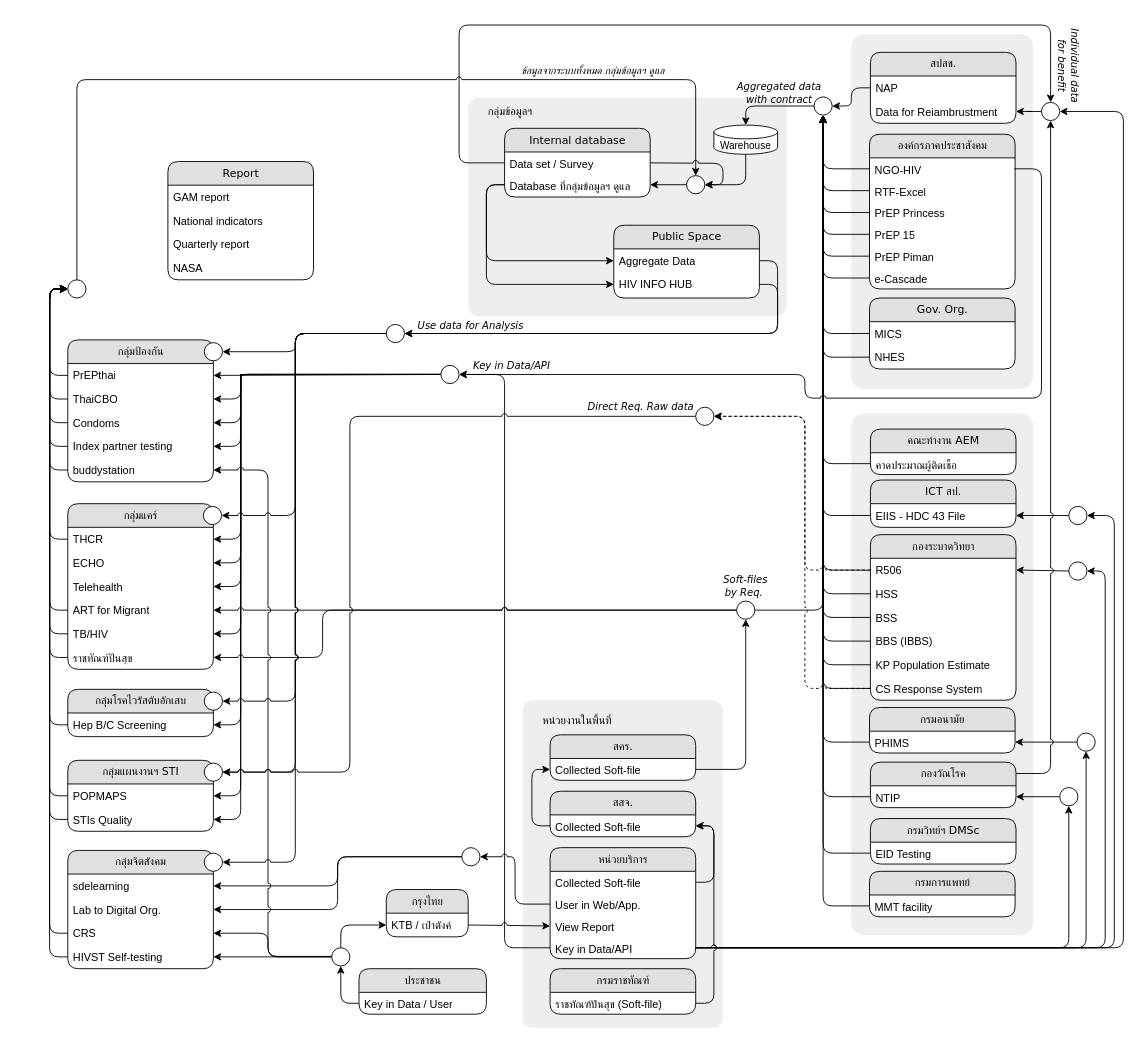
Before: page "Page-3" (2 of 3) of DataSourceOVW.drawio in anun311/regist, a draw.io diagram. Source tidied: cells renumbered, new cells numbered last; positions are measured from the earlier drawing's top-left corner, leaving out a move shared by most shapes. Both pictures are drawn from the tidied source at 91%, with x=0, y=0 at pixel (67, 25).
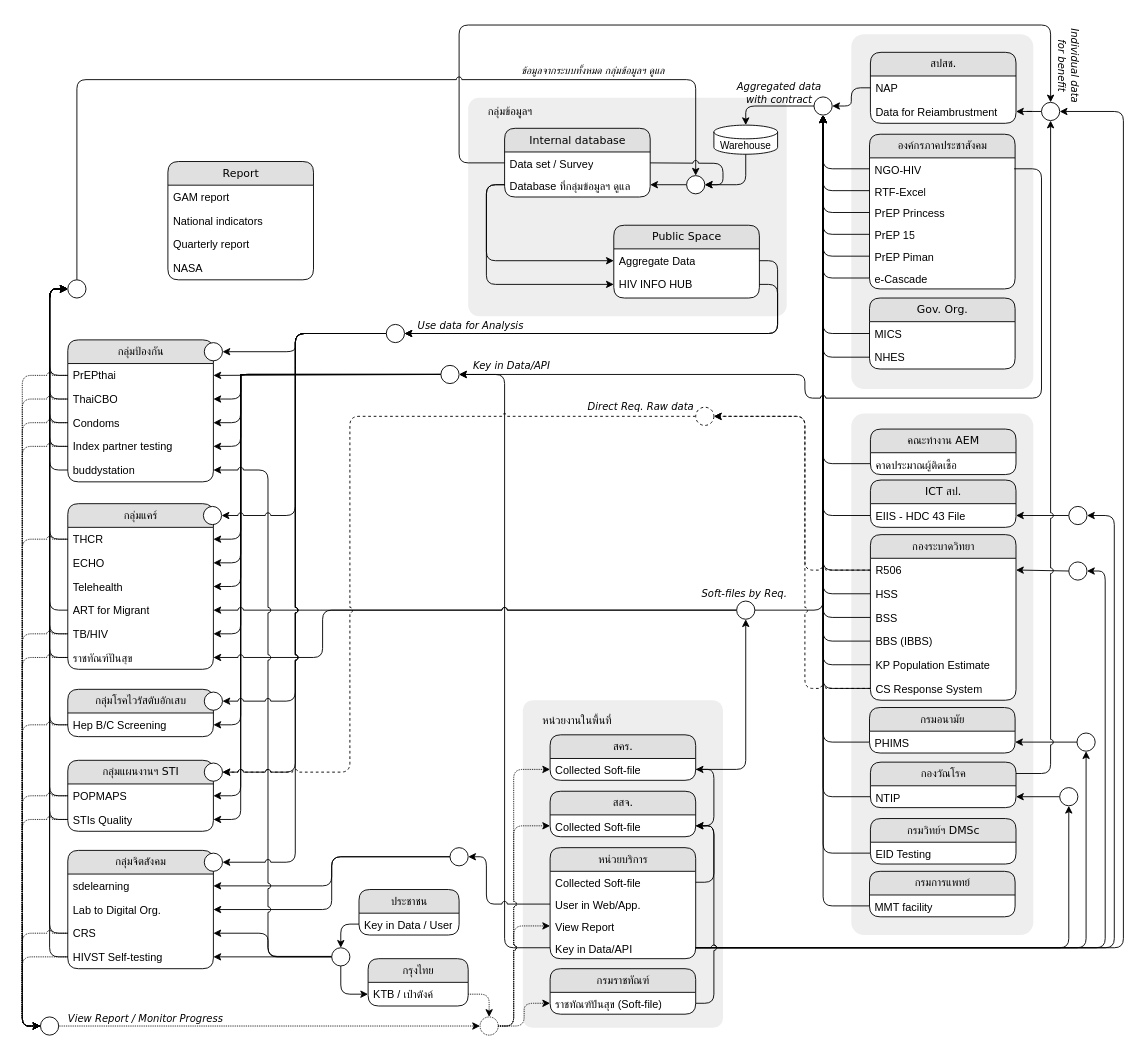
After the change.

Unchanged cells that the change refers to:
```xml
<mxCell id="37" value="User in Web/App." style="text;html=1;strokeColor=none;fillColor=none;spacingLeft=4;spacingRight=4;whiteSpace=wrap;overflow=hidden;points=[[0,0.5],[1,0.5]];portConstraint=eastwest;" parent="35" vertex="1">
  <mxGeometry y="50" width="160" height="24" as="geometry" />
</mxCell>
<mxCell id="38" value="View Report" style="text;html=1;strokeColor=none;fillColor=none;spacingLeft=4;spacingRight=4;whiteSpace=wrap;overflow=hidden;points=[[0,0.5],[1,0.5]];portConstraint=eastwest;" parent="35" vertex="1">
  <mxGeometry y="74" width="160" height="24" as="geometry" />
</mxCell>
<mxCell id="83" value="Collected Soft-file" style="text;html=1;strokeColor=none;fillColor=none;spacingLeft=4;spacingRight=4;whiteSpace=wrap;overflow=hidden;points=[[0,0.5],[1,0.5]];portConstraint=eastwest;" parent="82" vertex="1">
  <mxGeometry y="26" width="160" height="24" as="geometry" />
</mxCell>
<mxCell id="85" value="Collected Soft-file" style="text;html=1;strokeColor=none;fillColor=none;spacingLeft=4;spacingRight=4;whiteSpace=wrap;overflow=hidden;points=[[0,0.5],[1,0.5]];portConstraint=eastwest;" parent="84" vertex="1">
  <mxGeometry y="26" width="160" height="24" as="geometry" />
</mxCell>
<mxCell id="108" value="PrEPthai" style="text;html=1;strokeColor=none;fillColor=none;spacingLeft=4;spacingRight=4;whiteSpace=wrap;overflow=hidden;points=[[0,0.5],[1,0.5]];portConstraint=eastwest;" parent="107" vertex="1">
  <mxGeometry y="26" width="160" height="26" as="geometry" />
</mxCell>
<mxCell id="109" value="ThaiCBO" style="text;html=1;strokeColor=none;fillColor=none;spacingLeft=4;spacingRight=4;whiteSpace=wrap;overflow=hidden;points=[[0,0.5],[1,0.5]];portConstraint=eastwest;" parent="107" vertex="1">
  <mxGeometry y="52" width="160" height="26" as="geometry" />
</mxCell>
<mxCell id="110" value="Condoms" style="text;html=1;strokeColor=none;fillColor=none;spacingLeft=4;spacingRight=4;whiteSpace=wrap;overflow=hidden;points=[[0,0.5],[1,0.5]];portConstraint=eastwest;" parent="107" vertex="1">
  <mxGeometry y="78" width="160" height="26" as="geometry" />
</mxCell>
<mxCell id="111" value="Index partner testing" style="text;html=1;strokeColor=none;fillColor=none;spacingLeft=4;spacingRight=4;whiteSpace=wrap;overflow=hidden;points=[[0,0.5],[1,0.5]];portConstraint=eastwest;" parent="107" vertex="1">
  <mxGeometry y="104" width="160" height="26" as="geometry" />
</mxCell>
<mxCell id="114" value="THCR" style="text;html=1;strokeColor=none;fillColor=none;spacingLeft=4;spacingRight=4;whiteSpace=wrap;overflow=hidden;points=[[0,0.5],[1,0.5]];portConstraint=eastwest;" parent="113" vertex="1">
  <mxGeometry y="26" width="160" height="26" as="geometry" />
</mxCell>
<mxCell id="118" value="TB/HIV" style="text;html=1;strokeColor=none;fillColor=none;spacingLeft=4;spacingRight=4;whiteSpace=wrap;overflow=hidden;points=[[0,0.5],[1,0.5]];portConstraint=eastwest;" parent="113" vertex="1">
  <mxGeometry y="130" width="160" height="26" as="geometry" />
</mxCell>
<mxCell id="119" value="ราชทัณฑ์ปันสุข" style="text;html=1;strokeColor=none;fillColor=none;spacingLeft=4;spacingRight=4;whiteSpace=wrap;overflow=hidden;points=[[0,0.5],[1,0.5]];portConstraint=eastwest;" parent="113" vertex="1">
  <mxGeometry y="156" width="160" height="26" as="geometry" />
</mxCell>
<mxCell id="123" value="CRS" style="text;html=1;strokeColor=none;fillColor=none;spacingLeft=4;spacingRight=4;whiteSpace=wrap;overflow=hidden;points=[[0,0.5],[1,0.5]];portConstraint=eastwest;" parent="120" vertex="1">
  <mxGeometry y="78" width="160" height="26" as="geometry" />
</mxCell>
<mxCell id="124" value="HIVST Self-testing&amp;nbsp;" style="text;html=1;strokeColor=none;fillColor=none;spacingLeft=4;spacingRight=4;whiteSpace=wrap;overflow=hidden;points=[[0,0.5],[1,0.5]];portConstraint=eastwest;" parent="120" vertex="1">
  <mxGeometry y="104" width="160" height="26" as="geometry" />
</mxCell>
<mxCell id="126" value="Hep B/C Screening" style="text;html=1;strokeColor=none;fillColor=none;spacingLeft=4;spacingRight=4;whiteSpace=wrap;overflow=hidden;points=[[0,0.5],[1,0.5]];portConstraint=eastwest;" parent="125" vertex="1">
  <mxGeometry y="26" width="160" height="26" as="geometry" />
</mxCell>
<mxCell id="128" value="POPMAPS" style="text;html=1;strokeColor=none;fillColor=none;spacingLeft=4;spacingRight=4;whiteSpace=wrap;overflow=hidden;points=[[0,0.5],[1,0.5]];portConstraint=eastwest;" parent="127" vertex="1">
  <mxGeometry y="26" width="160" height="26" as="geometry" />
</mxCell>
<mxCell id="129" value="STIs Quality" style="text;html=1;strokeColor=none;fillColor=none;spacingLeft=4;spacingRight=4;whiteSpace=wrap;overflow=hidden;points=[[0,0.5],[1,0.5]];portConstraint=eastwest;" parent="127" vertex="1">
  <mxGeometry y="52" width="160" height="26" as="geometry" />
</mxCell>
<mxCell id="148" value="ราชทัณฑ์ปันสุข (Soft-file)" style="text;html=1;strokeColor=none;fillColor=none;spacingLeft=4;spacingRight=4;whiteSpace=wrap;overflow=hidden;points=[[0,0.5],[1,0.5]];portConstraint=eastwest;" parent="147" vertex="1">
  <mxGeometry y="26" width="160" height="24" as="geometry" />
</mxCell>
<mxCell id="158" style="ellipse;whiteSpace=wrap;html=1;fontFamily=Helvetica;fontSize=11;fontColor=default;" parent="1" vertex="1">
  <mxGeometry x="290" y="1014" width="20" height="20" as="geometry" />
</mxCell>
<mxCell id="199" style="ellipse;whiteSpace=wrap;html=1;fontFamily=Helvetica;fontSize=11;fontColor=default;" parent="1" vertex="1">
  <mxGeometry x="150" y="811" width="20" height="20" as="geometry" />
</mxCell>
```

The edit, as a diff of the source:
```diff
@@
-    <mxCell id="87" style="edgeStyle=orthogonalEdgeStyle;shape=connector;rounded=1;jumpStyle=arc;jettySize=auto;html=1;entryX=0;entryY=0.5;entryDx=0;entryDy=0;labelBackgroundColor=default;strokeColor=default;align=center;verticalAlign=middle;fontFamily=Helvetica;fontSize=11;fontColor=default;endArrow=classic;" parent="1" edge="1" source="85" target="83">
+    <mxCell id="87" style="edgeStyle=orthogonalEdgeStyle;shape=connector;rounded=1;jumpStyle=arc;jettySize=auto;html=1;labelBackgroundColor=default;strokeColor=default;align=center;verticalAlign=middle;fontFamily=Helvetica;fontSize=11;fontColor=default;endArrow=classic;exitX=1;exitY=0.5;exitDx=0;exitDy=0;entryX=1;entryY=0.5;entryDx=0;entryDy=0;" parent="1" edge="1" source="85" target="83">
       <mxGeometry relative="1" as="geometry" />
     </mxCell>
@@
-    <mxCell id="89" value="Soft-files&lt;br&gt;by Req.&amp;nbsp;" style="text;html=1;strokeColor=none;fillColor=none;align=center;verticalAlign=middle;whiteSpace=wrap;rounded=0;fontSize=11;fontFamily=Verdana;fontColor=default;fontStyle=2;" parent="1" vertex="1">
-      <mxGeometry x="710" y="602" width="70" height="30" as="geometry" />
-    </mxCell>
@@
     <mxCell id="133" style="ellipse;whiteSpace=wrap;html=1;fontFamily=Helvetica;fontSize=11;fontColor=default;" parent="1" vertex="1">
-      <mxGeometry x="433" y="904" width="20" height="20" as="geometry" />
+      <mxGeometry x="420" y="904" width="20" height="20" as="geometry" />
     </mxCell>
@@
     <mxCell id="153" style="edgeStyle=orthogonalEdgeStyle;shape=connector;rounded=1;jumpStyle=arc;jettySize=auto;html=1;labelBackgroundColor=default;strokeColor=default;align=center;verticalAlign=middle;fontFamily=Helvetica;fontSize=11;fontColor=default;endArrow=classic;entryX=1;entryY=0.5;entryDx=0;entryDy=0;" parent="1" edge="1" source="37" target="133">
-      <mxGeometry relative="1" as="geometry" />
+      <mxGeometry relative="1" as="geometry">
+        <Array as="points">
+          <mxPoint x="460" y="966" />
+          <mxPoint x="460" y="914" />
+        </Array>
+      </mxGeometry>
     </mxCell>
@@
-    <mxCell id="157" style="shape=connector;rounded=1;jumpStyle=arc;jettySize=auto;html=1;labelBackgroundColor=default;strokeColor=default;align=center;verticalAlign=middle;fontFamily=Helvetica;fontSize=11;fontColor=default;endArrow=classic;exitX=0.5;exitY=0;exitDx=0;exitDy=0;entryX=0;entryY=0.5;entryDx=0;entryDy=0;edgeStyle=orthogonalEdgeStyle;" parent="1" edge="1" source="158" target="163">
+    <mxCell id="157" style="shape=connector;rounded=1;jumpStyle=arc;jettySize=auto;html=1;labelBackgroundColor=default;strokeColor=default;align=center;verticalAlign=middle;fontFamily=Helvetica;fontSize=11;fontColor=default;endArrow=classic;edgeStyle=orthogonalEdgeStyle;exitX=0.5;exitY=1;exitDx=0;exitDy=0;entryX=0;entryY=0.5;entryDx=0;entryDy=0;" parent="1" edge="1" source="158" target="163">
       <mxGeometry relative="1" as="geometry" />
     </mxCell>
@@
     <mxCell id="159" value="ประชาชน" style="swimlane;html=1;fontStyle=0;horizontal=1;startSize=26;fillColor=#e0e0e0;swimlaneFillColor=#ffffff;align=center;rounded=1;shadow=0;comic=0;labelBackgroundColor=none;strokeWidth=1;fontFamily=Verdana;fontSize=12;" parent="1" vertex="1">
-      <mxGeometry x="320" y="1037" width="140" height="50" as="geometry" />
+      <mxGeometry x="320" y="950" width="110" height="50" as="geometry" />
     </mxCell>
     <mxCell id="160" value="Key in Data / User" style="text;html=1;strokeColor=none;fillColor=none;spacingLeft=4;spacingRight=4;whiteSpace=wrap;overflow=hidden;points=[[0,0.5],[1,0.5]];portConstraint=eastwest;" parent="159" vertex="1">
-      <mxGeometry y="26" width="140" height="24" as="geometry" />
+      <mxGeometry y="26" width="110" height="24" as="geometry" />
     </mxCell>
-    <mxCell id="161" style="edgeStyle=orthogonalEdgeStyle;shape=connector;rounded=1;jumpStyle=arc;jettySize=auto;html=1;entryX=0.5;entryY=1;entryDx=0;entryDy=0;labelBackgroundColor=default;strokeColor=default;align=center;verticalAlign=middle;fontFamily=Helvetica;fontSize=11;fontColor=default;endArrow=classic;" parent="1" edge="1" source="160" target="158">
+    <mxCell id="161" style="edgeStyle=orthogonalEdgeStyle;shape=connector;rounded=1;jumpStyle=arc;jettySize=auto;html=1;entryX=0.5;entryY=0;entryDx=0;entryDy=0;labelBackgroundColor=default;strokeColor=default;align=center;verticalAlign=middle;fontFamily=Helvetica;fontSize=11;fontColor=default;endArrow=classic;" parent="1" edge="1" source="160" target="158">
       <mxGeometry relative="1" as="geometry" />
     </mxCell>
     <mxCell id="162" value="กรุงไทย" style="swimlane;html=1;fontStyle=0;horizontal=1;startSize=26;fillColor=#e0e0e0;swimlaneFillColor=#ffffff;align=center;rounded=1;shadow=0;comic=0;labelBackgroundColor=none;strokeWidth=1;fontFamily=Verdana;fontSize=12;" parent="1" vertex="1">
-      <mxGeometry x="350" y="950" width="90" height="52" as="geometry" />
+      <mxGeometry x="330" y="1026" width="110" height="52" as="geometry" />
     </mxCell>
     <mxCell id="163" value="KTB / เป๋าตังค์" style="text;html=1;strokeColor=none;fillColor=none;spacingLeft=4;spacingRight=4;whiteSpace=wrap;overflow=hidden;points=[[0,0.5],[1,0.5]];portConstraint=eastwest;" parent="162" vertex="1">
-      <mxGeometry y="26" width="90" height="26" as="geometry" />
+      <mxGeometry y="26" width="110" height="26" as="geometry" />
     </mxCell>
-    <mxCell id="164" style="edgeStyle=orthogonalEdgeStyle;shape=connector;rounded=1;jumpStyle=arc;jettySize=auto;html=1;exitX=1;exitY=0.5;exitDx=0;exitDy=0;entryX=0;entryY=0.5;entryDx=0;entryDy=0;labelBackgroundColor=default;strokeColor=default;align=center;verticalAlign=middle;fontFamily=Helvetica;fontSize=11;fontColor=default;endArrow=classic;" parent="1" edge="1" source="163" target="38">
-      <mxGeometry relative="1" as="geometry" />
-    </mxCell>
@@
-    <mxCell id="203" style="edgeStyle=orthogonalEdgeStyle;shape=connector;rounded=1;jumpStyle=arc;jettySize=auto;html=1;entryX=1;entryY=0.5;entryDx=0;entryDy=0;labelBackgroundColor=default;strokeColor=default;align=center;verticalAlign=middle;fontFamily=Helvetica;fontSize=11;fontColor=default;endArrow=classic;" parent="1" edge="1" source="204" target="199">
+    <mxCell id="203" style="edgeStyle=orthogonalEdgeStyle;shape=connector;rounded=1;jumpStyle=arc;jettySize=auto;html=1;entryX=1;entryY=0.5;entryDx=0;entryDy=0;labelBackgroundColor=default;strokeColor=default;align=center;verticalAlign=middle;fontFamily=Helvetica;fontSize=11;fontColor=default;endArrow=classic;dashed=1;" parent="1" edge="1" source="204" target="199">
       <mxGeometry relative="1" as="geometry">
         <Array as="points">
           <mxPoint x="310" y="430" />
           <mxPoint x="310" y="821" />
         </Array>
       </mxGeometry>
     </mxCell>
-    <mxCell id="204" style="ellipse;whiteSpace=wrap;html=1;fontFamily=Helvetica;fontSize=11;fontColor=default;" parent="1" vertex="1">
+    <mxCell id="204" style="ellipse;whiteSpace=wrap;html=1;fontFamily=Helvetica;fontSize=11;fontColor=default;dashed=1;" parent="1" vertex="1">
       <mxGeometry x="690" y="420" width="20" height="20" as="geometry" />
     </mxCell>
@@
+    <mxCell id="209" style="edgeStyle=orthogonalEdgeStyle;shape=connector;rounded=1;jumpStyle=arc;jettySize=auto;html=1;entryX=0;entryY=0.5;entryDx=0;entryDy=0;dashed=1;dashPattern=1 1;labelBackgroundColor=default;strokeColor=default;align=center;verticalAlign=middle;fontFamily=Helvetica;fontSize=11;fontColor=default;endArrow=classic;" parent="1" edge="1" source="210" target="216">
+      <mxGeometry relative="1" as="geometry" />
+    </mxCell>
+    <mxCell id="210" style="ellipse;whiteSpace=wrap;html=1;fontFamily=Helvetica;fontSize=11;fontColor=default;" parent="1" vertex="1">
+      <mxGeometry x="-30" y="1090" width="20" height="20" as="geometry" />
+    </mxCell>
+    <mxCell id="211" value="View Report / Monitor Progress&amp;nbsp;" style="text;html=1;strokeColor=none;fillColor=none;align=center;verticalAlign=middle;whiteSpace=wrap;rounded=0;fontSize=11;fontFamily=Verdana;fontColor=default;fontStyle=2;" parent="1" vertex="1">
+      <mxGeometry x="-10" y="1077" width="195" height="30" as="geometry" />
+    </mxCell>
+    <mxCell id="212" style="edgeStyle=orthogonalEdgeStyle;shape=connector;rounded=1;jumpStyle=arc;jettySize=auto;html=1;exitX=1;exitY=0.5;exitDx=0;exitDy=0;entryX=0;entryY=0.5;entryDx=0;entryDy=0;dashed=1;dashPattern=1 1;labelBackgroundColor=default;strokeColor=default;align=center;verticalAlign=middle;fontFamily=Helvetica;fontSize=11;fontColor=default;endArrow=classic;" parent="1" edge="1" source="216" target="148">
+      <mxGeometry relative="1" as="geometry" />
+    </mxCell>
+    <mxCell id="213" style="edgeStyle=orthogonalEdgeStyle;shape=connector;rounded=1;jumpStyle=arc;jettySize=auto;html=1;entryX=0;entryY=0.5;entryDx=0;entryDy=0;dashed=1;dashPattern=1 1;labelBackgroundColor=default;strokeColor=default;align=center;verticalAlign=middle;fontFamily=Helvetica;fontSize=11;fontColor=default;endArrow=classic;" parent="1" edge="1" source="216" target="38">
+      <mxGeometry relative="1" as="geometry">
+        <Array as="points">
+          <mxPoint x="490" y="1100" />
+          <mxPoint x="490" y="990" />
+        </Array>
+      </mxGeometry>
+    </mxCell>
+    <mxCell id="214" style="edgeStyle=orthogonalEdgeStyle;shape=connector;rounded=1;jumpStyle=arc;jettySize=auto;html=1;entryX=0;entryY=0.5;entryDx=0;entryDy=0;dashed=1;dashPattern=1 1;labelBackgroundColor=default;strokeColor=default;align=center;verticalAlign=middle;fontFamily=Helvetica;fontSize=11;fontColor=default;endArrow=classic;" parent="1" edge="1" source="216" target="85">
+      <mxGeometry relative="1" as="geometry">
+        <Array as="points">
+          <mxPoint x="490" y="1100" />
+          <mxPoint x="490" y="880" />
+        </Array>
+      </mxGeometry>
+    </mxCell>
+    <mxCell id="215" style="edgeStyle=orthogonalEdgeStyle;shape=connector;rounded=1;jumpStyle=arc;jettySize=auto;html=1;entryX=0;entryY=0.5;entryDx=0;entryDy=0;dashed=1;dashPattern=1 1;labelBackgroundColor=default;strokeColor=default;align=center;verticalAlign=middle;fontFamily=Helvetica;fontSize=11;fontColor=default;endArrow=classic;" parent="1" edge="1" source="216" target="83">
+      <mxGeometry relative="1" as="geometry">
+        <Array as="points">
+          <mxPoint x="490" y="1100" />
+          <mxPoint x="490" y="818" />
+        </Array>
+      </mxGeometry>
+    </mxCell>
+    <mxCell id="216" style="ellipse;whiteSpace=wrap;html=1;fontFamily=Helvetica;fontSize=11;fontColor=default;dashed=1;dashPattern=1 1;" parent="1" vertex="1">
+      <mxGeometry x="453" y="1090" width="20" height="20" as="geometry" />
+    </mxCell>
+    <mxCell id="217" style="edgeStyle=orthogonalEdgeStyle;shape=connector;rounded=1;jumpStyle=arc;jettySize=auto;html=1;entryX=0;entryY=0.5;entryDx=0;entryDy=0;labelBackgroundColor=default;strokeColor=default;align=center;verticalAlign=middle;fontFamily=Helvetica;fontSize=11;fontColor=default;endArrow=classic;dashed=1;dashPattern=1 1;" parent="1" edge="1" source="108" target="210">
+      <mxGeometry relative="1" as="geometry" />
+    </mxCell>
+    <mxCell id="218" style="edgeStyle=orthogonalEdgeStyle;shape=connector;rounded=1;jumpStyle=arc;jettySize=auto;html=1;entryX=0;entryY=0.5;entryDx=0;entryDy=0;dashed=1;dashPattern=1 1;labelBackgroundColor=default;strokeColor=default;align=center;verticalAlign=middle;fontFamily=Helvetica;fontSize=11;fontColor=default;endArrow=classic;" parent="1" edge="1" source="109" target="210">
+      <mxGeometry relative="1" as="geometry" />
+    </mxCell>
+    <mxCell id="219" style="edgeStyle=orthogonalEdgeStyle;shape=connector;rounded=1;jumpStyle=arc;jettySize=auto;html=1;entryX=0;entryY=0.5;entryDx=0;entryDy=0;dashed=1;dashPattern=1 1;labelBackgroundColor=default;strokeColor=default;align=center;verticalAlign=middle;fontFamily=Helvetica;fontSize=11;fontColor=default;endArrow=classic;" parent="1" edge="1" source="110" target="210">
+      <mxGeometry relative="1" as="geometry" />
+    </mxCell>
+    <mxCell id="220" style="edgeStyle=orthogonalEdgeStyle;shape=connector;rounded=1;jumpStyle=arc;jettySize=auto;html=1;entryX=0;entryY=0.5;entryDx=0;entryDy=0;dashed=1;dashPattern=1 1;labelBackgroundColor=default;strokeColor=default;align=center;verticalAlign=middle;fontFamily=Helvetica;fontSize=11;fontColor=default;endArrow=classic;" parent="1" edge="1" source="111" target="210">
+      <mxGeometry relative="1" as="geometry" />
+    </mxCell>
+    <mxCell id="221" style="edgeStyle=orthogonalEdgeStyle;shape=connector;rounded=1;jumpStyle=arc;jettySize=auto;html=1;entryX=0;entryY=0.5;entryDx=0;entryDy=0;dashed=1;dashPattern=1 1;labelBackgroundColor=default;strokeColor=default;align=center;verticalAlign=middle;fontFamily=Helvetica;fontSize=11;fontColor=default;endArrow=classic;" parent="1" edge="1" source="114" target="210">
+      <mxGeometry relative="1" as="geometry" />
+    </mxCell>
+    <mxCell id="89" value="Soft-files by Req.&amp;nbsp;" style="text;html=1;strokeColor=none;fillColor=none;align=center;verticalAlign=middle;whiteSpace=wrap;rounded=0;fontSize=11;fontFamily=Verdana;fontColor=default;fontStyle=2;" parent="1" vertex="1">
+      <mxGeometry x="678.5" y="610" width="133" height="30" as="geometry" />
+    </mxCell>
+    <mxCell id="222" style="edgeStyle=orthogonalEdgeStyle;shape=connector;rounded=1;jumpStyle=arc;jettySize=auto;html=1;entryX=0;entryY=0.5;entryDx=0;entryDy=0;dashed=1;dashPattern=1 1;labelBackgroundColor=default;strokeColor=default;align=center;verticalAlign=middle;fontFamily=Helvetica;fontSize=11;fontColor=default;endArrow=classic;" parent="1" edge="1" source="118" target="210">
+      <mxGeometry relative="1" as="geometry" />
+    </mxCell>
+    <mxCell id="223" style="edgeStyle=orthogonalEdgeStyle;shape=connector;rounded=1;jumpStyle=arc;jettySize=auto;html=1;entryX=0;entryY=0.5;entryDx=0;entryDy=0;dashed=1;dashPattern=1 1;labelBackgroundColor=default;strokeColor=default;align=center;verticalAlign=middle;fontFamily=Helvetica;fontSize=11;fontColor=default;endArrow=classic;" parent="1" edge="1" source="119" target="210">
+      <mxGeometry relative="1" as="geometry" />
+    </mxCell>
+    <mxCell id="224" style="edgeStyle=orthogonalEdgeStyle;shape=connector;rounded=1;jumpStyle=arc;jettySize=auto;html=1;entryX=0.5;entryY=0;entryDx=0;entryDy=0;dashed=1;dashPattern=1 1;labelBackgroundColor=default;strokeColor=default;align=center;verticalAlign=middle;fontFamily=Helvetica;fontSize=11;fontColor=default;endArrow=classic;" parent="1" edge="1" source="163" target="216">
+      <mxGeometry relative="1" as="geometry" />
+    </mxCell>
+    <mxCell id="225" style="edgeStyle=orthogonalEdgeStyle;shape=connector;rounded=1;jumpStyle=arc;jettySize=auto;html=1;entryX=0;entryY=0.5;entryDx=0;entryDy=0;dashed=1;dashPattern=1 1;labelBackgroundColor=default;strokeColor=default;align=center;verticalAlign=middle;fontFamily=Helvetica;fontSize=11;fontColor=default;endArrow=classic;" parent="1" edge="1" source="124" target="210">
+      <mxGeometry relative="1" as="geometry" />
+    </mxCell>
+    <mxCell id="226" style="edgeStyle=orthogonalEdgeStyle;shape=connector;rounded=1;jumpStyle=arc;jettySize=auto;html=1;entryX=0;entryY=0.5;entryDx=0;entryDy=0;dashed=1;dashPattern=1 1;labelBackgroundColor=default;strokeColor=default;align=center;verticalAlign=middle;fontFamily=Helvetica;fontSize=11;fontColor=default;endArrow=classic;" parent="1" edge="1" source="128" target="210">
+      <mxGeometry relative="1" as="geometry" />
+    </mxCell>
+    <mxCell id="227" style="edgeStyle=orthogonalEdgeStyle;shape=connector;rounded=1;jumpStyle=arc;jettySize=auto;html=1;entryX=0;entryY=0.5;entryDx=0;entryDy=0;dashed=1;dashPattern=1 1;labelBackgroundColor=default;strokeColor=default;align=center;verticalAlign=middle;fontFamily=Helvetica;fontSize=11;fontColor=default;endArrow=classic;" parent="1" edge="1" source="126" target="210">
+      <mxGeometry relative="1" as="geometry" />
+    </mxCell>
+    <mxCell id="228" style="edgeStyle=orthogonalEdgeStyle;shape=connector;rounded=1;jumpStyle=arc;jettySize=auto;html=1;entryX=0;entryY=0.5;entryDx=0;entryDy=0;dashed=1;dashPattern=1 1;labelBackgroundColor=default;strokeColor=default;align=center;verticalAlign=middle;fontFamily=Helvetica;fontSize=11;fontColor=default;endArrow=classic;" parent="1" edge="1" source="129" target="210">
+      <mxGeometry relative="1" as="geometry" />
+    </mxCell>
+    <mxCell id="229" style="edgeStyle=orthogonalEdgeStyle;shape=connector;rounded=1;jumpStyle=arc;jettySize=auto;html=1;entryX=0;entryY=0.5;entryDx=0;entryDy=0;dashed=1;dashPattern=1 1;labelBackgroundColor=default;strokeColor=default;align=center;verticalAlign=middle;fontFamily=Helvetica;fontSize=11;fontColor=default;endArrow=classic;" parent="1" edge="1" source="123" target="210">
+      <mxGeometry relative="1" as="geometry" />
+    </mxCell>
```
